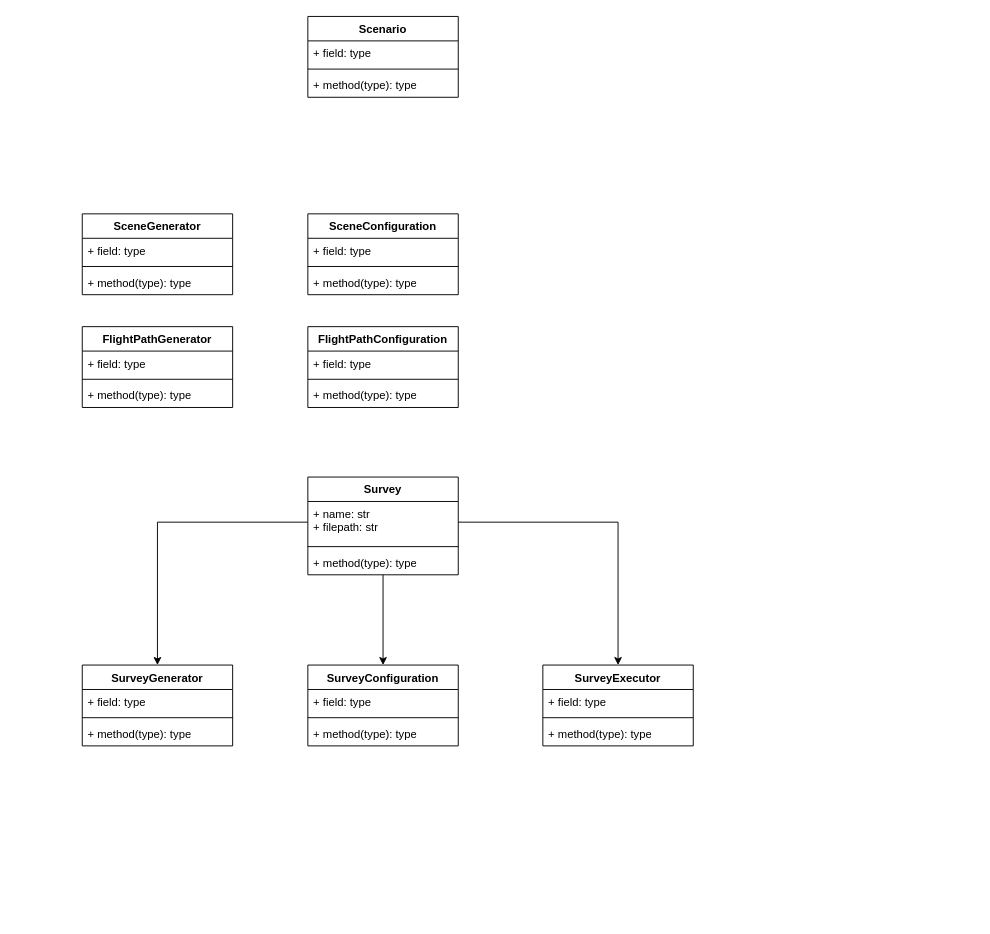
Before: uml/city-to-scan-to-city.drawio in florifal/city-to-scan-to-city, a draw.io diagram. Source tidied: cells renumbered, new cells numbered last; positions are measured from the earlier drawing's top-left corner, leaving out a move shared by most shapes. Both pictures are drawn from the tidied source at 94%, with x=0, y=0 at pixel (82, 16).
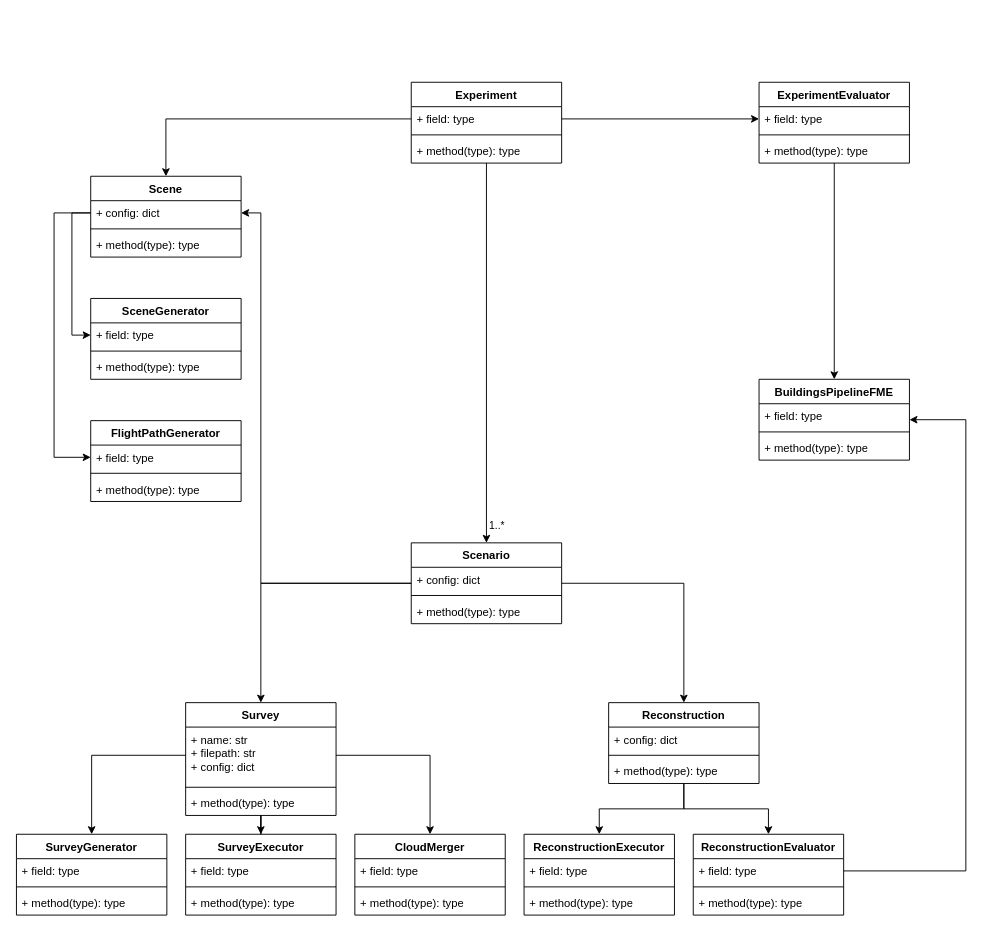
The same page after the edit.

Commit message:
Update UML diagram

Advance plans for pipeline structure.

The change refers to these unchanged cells:
```xml
<mxCell id="23" value="+ field: type" style="text;strokeColor=none;fillColor=none;align=left;verticalAlign=top;spacingLeft=4;spacingRight=4;overflow=hidden;points=[[0,0.5],[1,0.5]];portConstraint=eastwest;whiteSpace=wrap;html=1;" parent="22" vertex="1">
  <mxGeometry y="26" width="160" height="26" as="geometry" />
</mxCell>
<mxCell id="31" value="+ field: type" style="text;strokeColor=none;fillColor=none;align=left;verticalAlign=top;spacingLeft=4;spacingRight=4;overflow=hidden;points=[[0,0.5],[1,0.5]];portConstraint=eastwest;whiteSpace=wrap;html=1;" parent="30" vertex="1">
  <mxGeometry y="26" width="160" height="26" as="geometry" />
</mxCell>
```

Diff of the diagram source:
```diff
@@
     <mxCell id="2" value="SurveyGenerator" style="swimlane;fontStyle=1;align=center;verticalAlign=top;horizontal=1;startSize=26;whiteSpace=wrap;html=1;" parent="1" vertex="1">
-      <mxGeometry y="690" width="160" height="86" as="geometry" />
+      <mxGeometry x="-70" y="870" width="160" height="86" as="geometry" />
     </mxCell>
@@
-    <mxCell id="6" value="SurveyConfiguration" style="swimlane;fontStyle=1;align=center;verticalAlign=top;horizontal=1;startSize=26;whiteSpace=wrap;html=1;" parent="1" vertex="1">
-      <mxGeometry x="240" y="690" width="160" height="86" as="geometry" />
-    </mxCell>
-    <mxCell id="7" value="+ field: type" style="text;strokeColor=none;fillColor=none;align=left;verticalAlign=top;spacingLeft=4;spacingRight=4;overflow=hidden;whiteSpace=wrap;html=1;" parent="6" vertex="1">
-      <mxGeometry y="26" width="160" height="26" as="geometry" />
-    </mxCell>
-    <mxCell id="8" style="line;strokeWidth=1;fillColor=none;align=left;verticalAlign=middle;spacingTop=-1;spacingLeft=3;spacingRight=3;labelPosition=right;strokeColor=inherit;" parent="6" vertex="1">
-      <mxGeometry y="52" width="160" height="8" as="geometry" />
-    </mxCell>
-    <mxCell id="9" value="+ method(type): type" style="text;strokeColor=none;fillColor=none;align=left;verticalAlign=top;spacingLeft=4;spacingRight=4;overflow=hidden;whiteSpace=wrap;html=1;" parent="6" vertex="1">
-      <mxGeometry y="60" width="160" height="26" as="geometry" />
-    </mxCell>
     <mxCell id="10" value="SurveyExecutor" style="swimlane;fontStyle=1;align=center;verticalAlign=top;horizontal=1;startSize=26;whiteSpace=wrap;html=1;" parent="1" vertex="1">
-      <mxGeometry x="490" y="690" width="160" height="86" as="geometry" />
+      <mxGeometry x="110" y="870" width="160" height="86" as="geometry" />
     </mxCell>
@@
+    <mxCell id="41" style="edgeStyle=orthogonalEdgeStyle;rounded=0;jettySize=auto;html=1;entryX=0.5;entryY=0;entryDx=0;entryDy=0;" parent="1" edge="1" source="14" target="35">
+      <mxGeometry relative="1" as="geometry" />
+    </mxCell>
+    <mxCell id="42" style="edgeStyle=orthogonalEdgeStyle;rounded=0;jettySize=auto;html=1;" parent="1" edge="1" source="14" target="64">
+      <mxGeometry relative="1" as="geometry" />
+    </mxCell>
+    <mxCell id="43" style="edgeStyle=orthogonalEdgeStyle;rounded=0;jettySize=auto;html=1;entryX=1;entryY=0.5;entryDx=0;entryDy=0;" parent="1" edge="1" source="14" target="54">
+      <mxGeometry relative="1" as="geometry">
+        <Array as="points">
+          <mxPoint x="190" y="603" />
+          <mxPoint x="190" y="209" />
+        </Array>
+      </mxGeometry>
+    </mxCell>
     <mxCell id="14" value="Scenario" style="swimlane;fontStyle=1;align=center;verticalAlign=top;horizontal=1;startSize=26;whiteSpace=wrap;html=1;" parent="1" vertex="1">
-      <mxGeometry x="240" width="160" height="86" as="geometry" />
+      <mxGeometry x="350" y="560" width="160" height="86" as="geometry" />
     </mxCell>
-    <mxCell id="15" value="&lt;div&gt;+ field: type&lt;/div&gt;" style="text;strokeColor=none;fillColor=none;align=left;verticalAlign=top;spacingLeft=4;spacingRight=4;overflow=hidden;whiteSpace=wrap;html=1;" parent="14" vertex="1">
+    <mxCell id="15" value="&lt;div&gt;+ config: dict&lt;/div&gt;" style="text;strokeColor=none;fillColor=none;align=left;verticalAlign=top;spacingLeft=4;spacingRight=4;overflow=hidden;whiteSpace=wrap;html=1;" parent="14" vertex="1">
       <mxGeometry y="26" width="160" height="26" as="geometry" />
     </mxCell>
@@
-    <mxCell id="18" value="FlightPathConfiguration" style="swimlane;fontStyle=1;align=center;verticalAlign=top;horizontal=1;startSize=26;whiteSpace=wrap;html=1;" parent="1" vertex="1">
-      <mxGeometry x="240" y="330" width="160" height="86" as="geometry" />
-    </mxCell>
-    <mxCell id="19" value="+ field: type" style="text;strokeColor=none;fillColor=none;align=left;verticalAlign=top;spacingLeft=4;spacingRight=4;overflow=hidden;whiteSpace=wrap;html=1;" parent="18" vertex="1">
-      <mxGeometry y="26" width="160" height="26" as="geometry" />
-    </mxCell>
-    <mxCell id="20" style="line;strokeWidth=1;fillColor=none;align=left;verticalAlign=middle;spacingTop=-1;spacingLeft=3;spacingRight=3;labelPosition=right;strokeColor=inherit;" parent="18" vertex="1">
-      <mxGeometry y="52" width="160" height="8" as="geometry" />
-    </mxCell>
-    <mxCell id="21" value="+ method(type): type" style="text;strokeColor=none;fillColor=none;align=left;verticalAlign=top;spacingLeft=4;spacingRight=4;overflow=hidden;whiteSpace=wrap;html=1;" parent="18" vertex="1">
-      <mxGeometry y="60" width="160" height="26" as="geometry" />
-    </mxCell>
     <mxCell id="22" value="&lt;div&gt;FlightPathGenerator&lt;/div&gt;" style="swimlane;fontStyle=1;align=center;verticalAlign=top;horizontal=1;startSize=26;whiteSpace=wrap;html=1;" parent="1" vertex="1">
-      <mxGeometry y="330" width="160" height="86" as="geometry" />
+      <mxGeometry x="9" y="430" width="160" height="86" as="geometry" />
     </mxCell>
@@
-    <mxCell id="26" value="SceneConfiguration" style="swimlane;fontStyle=1;align=center;verticalAlign=top;horizontal=1;startSize=26;whiteSpace=wrap;html=1;" parent="1" vertex="1">
-      <mxGeometry x="240" y="210" width="160" height="86" as="geometry" />
-    </mxCell>
-    <mxCell id="27" value="+ field: type" style="text;strokeColor=none;fillColor=none;align=left;verticalAlign=top;spacingLeft=4;spacingRight=4;overflow=hidden;whiteSpace=wrap;html=1;" parent="26" vertex="1">
-      <mxGeometry y="26" width="160" height="26" as="geometry" />
-    </mxCell>
-    <mxCell id="28" style="line;strokeWidth=1;fillColor=none;align=left;verticalAlign=middle;spacingTop=-1;spacingLeft=3;spacingRight=3;labelPosition=right;strokeColor=inherit;" parent="26" vertex="1">
-      <mxGeometry y="52" width="160" height="8" as="geometry" />
-    </mxCell>
-    <mxCell id="29" value="+ method(type): type" style="text;strokeColor=none;fillColor=none;align=left;verticalAlign=top;spacingLeft=4;spacingRight=4;overflow=hidden;whiteSpace=wrap;html=1;" parent="26" vertex="1">
-      <mxGeometry y="60" width="160" height="26" as="geometry" />
-    </mxCell>
     <mxCell id="30" value="SceneGenerator" style="swimlane;fontStyle=1;align=center;verticalAlign=top;horizontal=1;startSize=26;whiteSpace=wrap;html=1;" parent="1" vertex="1">
-      <mxGeometry y="210" width="160" height="86" as="geometry" />
+      <mxGeometry x="9" y="300" width="160" height="86" as="geometry" />
     </mxCell>
@@
-    <mxCell id="34" style="edgeStyle=orthogonalEdgeStyle;rounded=0;jettySize=auto;html=1;entryX=0.5;entryY=0;entryDx=0;entryDy=0;endArrow=classic;endFill=1;verticalAlign=middle;" parent="1" edge="1" source="35" target="6">
-      <mxGeometry relative="1" as="geometry" />
-    </mxCell>
     <mxCell id="35" value="Survey" style="swimlane;fontStyle=1;align=center;verticalAlign=top;horizontal=1;startSize=26;whiteSpace=wrap;html=1;" parent="1" vertex="1">
-      <mxGeometry x="240" y="490" width="160" height="104" as="geometry" />
+      <mxGeometry x="110" y="730" width="160" height="120" as="geometry" />
     </mxCell>
-    <mxCell id="36" value="+ name: str&lt;div&gt;+ filepath: str&lt;/div&gt;" style="text;strokeColor=none;fillColor=none;align=left;verticalAlign=top;spacingLeft=4;spacingRight=4;overflow=hidden;points=[[0,0.5],[1,0.5]];portConstraint=eastwest;whiteSpace=wrap;html=1;" parent="35" vertex="1">
-      <mxGeometry y="26" width="160" height="44" as="geometry" />
+    <mxCell id="36" value="+ name: str&lt;div&gt;+ filepath: str&lt;/div&gt;&lt;div&gt;+ config: dict&lt;/div&gt;" style="text;strokeColor=none;fillColor=none;align=left;verticalAlign=top;spacingLeft=4;spacingRight=4;overflow=hidden;points=[[0,0.5],[1,0.5]];portConstraint=eastwest;whiteSpace=wrap;html=1;" parent="35" vertex="1">
+      <mxGeometry y="26" width="160" height="60" as="geometry" />
     </mxCell>
     <mxCell id="37" style="line;strokeWidth=1;fillColor=none;align=left;verticalAlign=middle;spacingTop=-1;spacingLeft=3;spacingRight=3;labelPosition=right;strokeColor=inherit;" parent="35" vertex="1">
-      <mxGeometry y="70" width="160" height="8" as="geometry" />
+      <mxGeometry y="86" width="160" height="8" as="geometry" />
     </mxCell>
     <mxCell id="38" value="+ method(type): type" style="text;strokeColor=none;fillColor=none;align=left;verticalAlign=top;spacingLeft=4;spacingRight=4;overflow=hidden;whiteSpace=wrap;html=1;" parent="35" vertex="1">
-      <mxGeometry y="78" width="160" height="26" as="geometry" />
+      <mxGeometry y="94" width="160" height="26" as="geometry" />
     </mxCell>
@@
-    <mxCell id="40" style="edgeStyle=orthogonalEdgeStyle;rounded=0;jettySize=auto;html=1;" parent="1" edge="1" source="36" target="10">
+    <mxCell id="40" style="edgeStyle=orthogonalEdgeStyle;rounded=0;jettySize=auto;html=1;" parent="1" edge="1" source="35" target="10">
       <mxGeometry relative="1" as="geometry" />
     </mxCell>
+    <mxCell id="44" value="Experiment" style="swimlane;fontStyle=1;align=center;verticalAlign=top;horizontal=1;startSize=26;whiteSpace=wrap;html=1;" parent="1" vertex="1">
+      <mxGeometry x="350" y="70" width="160" height="86" as="geometry" />
+    </mxCell>
+    <mxCell id="45" value="+ field: type" style="text;strokeColor=none;fillColor=none;align=left;verticalAlign=top;spacingLeft=4;spacingRight=4;overflow=hidden;points=[[0,0.5],[1,0.5]];portConstraint=eastwest;whiteSpace=wrap;html=1;" parent="44" vertex="1">
+      <mxGeometry y="26" width="160" height="26" as="geometry" />
+    </mxCell>
+    <mxCell id="46" style="line;strokeWidth=1;fillColor=none;align=left;verticalAlign=middle;spacingTop=-1;spacingLeft=3;spacingRight=3;labelPosition=right;strokeColor=inherit;" parent="44" vertex="1">
+      <mxGeometry y="52" width="160" height="8" as="geometry" />
+    </mxCell>
+    <mxCell id="47" value="+ method(type): type" style="text;strokeColor=none;fillColor=none;align=left;verticalAlign=top;spacingLeft=4;spacingRight=4;overflow=hidden;whiteSpace=wrap;html=1;" parent="44" vertex="1">
+      <mxGeometry y="60" width="160" height="26" as="geometry" />
+    </mxCell>
+    <mxCell id="48" value="CloudMerger" style="swimlane;fontStyle=1;align=center;verticalAlign=top;horizontal=1;startSize=26;whiteSpace=wrap;html=1;" parent="1" vertex="1">
+      <mxGeometry x="290" y="870" width="160" height="86" as="geometry" />
+    </mxCell>
+    <mxCell id="49" value="+ field: type" style="text;strokeColor=none;fillColor=none;align=left;verticalAlign=top;spacingLeft=4;spacingRight=4;overflow=hidden;whiteSpace=wrap;html=1;" parent="48" vertex="1">
+      <mxGeometry y="26" width="160" height="26" as="geometry" />
+    </mxCell>
+    <mxCell id="50" style="line;strokeWidth=1;fillColor=none;align=left;verticalAlign=middle;spacingTop=-1;spacingLeft=3;spacingRight=3;labelPosition=right;strokeColor=inherit;" parent="48" vertex="1">
+      <mxGeometry y="52" width="160" height="8" as="geometry" />
+    </mxCell>
+    <mxCell id="51" value="+ method(type): type" style="text;strokeColor=none;fillColor=none;align=left;verticalAlign=top;spacingLeft=4;spacingRight=4;overflow=hidden;whiteSpace=wrap;html=1;" parent="48" vertex="1">
+      <mxGeometry y="60" width="160" height="26" as="geometry" />
+    </mxCell>
+    <mxCell id="52" style="edgeStyle=orthogonalEdgeStyle;rounded=0;jettySize=auto;html=1;exitX=1;exitY=0.5;exitDx=0;exitDy=0;entryX=0.5;entryY=0;entryDx=0;entryDy=0;" parent="1" edge="1" source="36" target="48">
+      <mxGeometry relative="1" as="geometry" />
+    </mxCell>
+    <mxCell id="53" value="Scene" style="swimlane;fontStyle=1;align=center;verticalAlign=top;horizontal=1;startSize=26;whiteSpace=wrap;html=1;" parent="1" vertex="1">
+      <mxGeometry x="9" y="170" width="160" height="86" as="geometry" />
+    </mxCell>
+    <mxCell id="54" value="+ config: dict" style="text;strokeColor=none;fillColor=none;align=left;verticalAlign=top;spacingLeft=4;spacingRight=4;overflow=hidden;points=[[0,0.5],[1,0.5]];portConstraint=eastwest;whiteSpace=wrap;html=1;" parent="53" vertex="1">
+      <mxGeometry y="26" width="160" height="26" as="geometry" />
+    </mxCell>
+    <mxCell id="55" style="line;strokeWidth=1;fillColor=none;align=left;verticalAlign=middle;spacingTop=-1;spacingLeft=3;spacingRight=3;labelPosition=right;strokeColor=inherit;" parent="53" vertex="1">
+      <mxGeometry y="52" width="160" height="8" as="geometry" />
+    </mxCell>
+    <mxCell id="56" value="+ method(type): type" style="text;strokeColor=none;fillColor=none;align=left;verticalAlign=top;spacingLeft=4;spacingRight=4;overflow=hidden;whiteSpace=wrap;html=1;" parent="53" vertex="1">
+      <mxGeometry y="60" width="160" height="26" as="geometry" />
+    </mxCell>
+    <mxCell id="57" style="edgeStyle=orthogonalEdgeStyle;rounded=0;jettySize=auto;html=1;exitX=0;exitY=0.5;exitDx=0;exitDy=0;entryX=0.5;entryY=0;entryDx=0;entryDy=0;" parent="1" edge="1" source="45" target="53">
+      <mxGeometry relative="1" as="geometry" />
+    </mxCell>
+    <mxCell id="58" style="edgeStyle=orthogonalEdgeStyle;rounded=0;jettySize=auto;html=1;entryX=0;entryY=0.5;entryDx=0;entryDy=0;" parent="1" edge="1" source="54" target="31">
+      <mxGeometry relative="1" as="geometry" />
+    </mxCell>
+    <mxCell id="59" style="edgeStyle=orthogonalEdgeStyle;rounded=0;jettySize=auto;html=1;entryX=0;entryY=0.5;entryDx=0;entryDy=0;" parent="1" edge="1" source="54" target="23">
+      <mxGeometry relative="1" as="geometry">
+        <Array as="points">
+          <mxPoint x="-30" y="209" />
+          <mxPoint x="-30" y="469" />
+        </Array>
+      </mxGeometry>
+    </mxCell>
+    <mxCell id="60" style="edgeStyle=orthogonalEdgeStyle;rounded=0;jettySize=auto;html=1;entryX=0.5;entryY=0;entryDx=0;entryDy=0;" parent="1" edge="1" source="44" target="14">
+      <mxGeometry relative="1" as="geometry" />
+    </mxCell>
+    <mxCell id="61" value="1..*" style="edgeLabel;html=1;align=center;verticalAlign=middle;" parent="60" vertex="1">
+      <mxGeometry x="0.87" relative="1" as="geometry">
+        <mxPoint x="10" y="7" as="offset" />
+      </mxGeometry>
+    </mxCell>
+    <mxCell id="62" style="edgeStyle=orthogonalEdgeStyle;rounded=0;jettySize=auto;html=1;exitX=0.5;exitY=1;exitDx=0;exitDy=0;entryX=0.5;entryY=0;entryDx=0;entryDy=0;" parent="1" edge="1" source="64" target="68">
+      <mxGeometry relative="1" as="geometry" />
+    </mxCell>
+    <mxCell id="63" style="edgeStyle=orthogonalEdgeStyle;rounded=0;jettySize=auto;html=1;entryX=0.5;entryY=0;entryDx=0;entryDy=0;" parent="1" edge="1" source="64" target="72">
+      <mxGeometry relative="1" as="geometry" />
+    </mxCell>
+    <mxCell id="64" value="Reconstruction" style="swimlane;fontStyle=1;align=center;verticalAlign=top;horizontal=1;startSize=26;whiteSpace=wrap;html=1;" parent="1" vertex="1">
+      <mxGeometry x="560" y="730" width="160" height="86" as="geometry" />
+    </mxCell>
+    <mxCell id="65" value="+ config: dict" style="text;strokeColor=none;fillColor=none;align=left;verticalAlign=top;spacingLeft=4;spacingRight=4;overflow=hidden;whiteSpace=wrap;html=1;" parent="64" vertex="1">
+      <mxGeometry y="26" width="160" height="26" as="geometry" />
+    </mxCell>
+    <mxCell id="66" style="line;strokeWidth=1;fillColor=none;align=left;verticalAlign=middle;spacingTop=-1;spacingLeft=3;spacingRight=3;labelPosition=right;strokeColor=inherit;" parent="64" vertex="1">
+      <mxGeometry y="52" width="160" height="8" as="geometry" />
+    </mxCell>
+    <mxCell id="67" value="+ method(type): type" style="text;strokeColor=none;fillColor=none;align=left;verticalAlign=top;spacingLeft=4;spacingRight=4;overflow=hidden;whiteSpace=wrap;html=1;" parent="64" vertex="1">
+      <mxGeometry y="60" width="160" height="26" as="geometry" />
+    </mxCell>
+    <mxCell id="68" value="ReconstructionExecutor" style="swimlane;fontStyle=1;align=center;verticalAlign=top;horizontal=1;startSize=26;whiteSpace=wrap;html=1;" parent="1" vertex="1">
+      <mxGeometry x="470" y="870" width="160" height="86" as="geometry" />
+    </mxCell>
+    <mxCell id="69" value="+ field: type" style="text;strokeColor=none;fillColor=none;align=left;verticalAlign=top;spacingLeft=4;spacingRight=4;overflow=hidden;whiteSpace=wrap;html=1;" parent="68" vertex="1">
+      <mxGeometry y="26" width="160" height="26" as="geometry" />
+    </mxCell>
+    <mxCell id="70" style="line;strokeWidth=1;fillColor=none;align=left;verticalAlign=middle;spacingTop=-1;spacingLeft=3;spacingRight=3;labelPosition=right;strokeColor=inherit;" parent="68" vertex="1">
+      <mxGeometry y="52" width="160" height="8" as="geometry" />
+    </mxCell>
+    <mxCell id="71" value="+ method(type): type" style="text;strokeColor=none;fillColor=none;align=left;verticalAlign=top;spacingLeft=4;spacingRight=4;overflow=hidden;whiteSpace=wrap;html=1;" parent="68" vertex="1">
+      <mxGeometry y="60" width="160" height="26" as="geometry" />
+    </mxCell>
+    <mxCell id="72" value="ReconstructionEvaluator" style="swimlane;fontStyle=1;align=center;verticalAlign=top;horizontal=1;startSize=26;whiteSpace=wrap;html=1;" parent="1" vertex="1">
+      <mxGeometry x="650" y="870" width="160" height="86" as="geometry" />
+    </mxCell>
+    <mxCell id="73" value="+ field: type" style="text;strokeColor=none;fillColor=none;align=left;verticalAlign=top;spacingLeft=4;spacingRight=4;overflow=hidden;points=[[0,0.5],[1,0.5]];portConstraint=eastwest;whiteSpace=wrap;html=1;" parent="72" vertex="1">
+      <mxGeometry y="26" width="160" height="26" as="geometry" />
+    </mxCell>
+    <mxCell id="74" style="line;strokeWidth=1;fillColor=none;align=left;verticalAlign=middle;spacingTop=-1;spacingLeft=3;spacingRight=3;labelPosition=right;strokeColor=inherit;" parent="72" vertex="1">
+      <mxGeometry y="52" width="160" height="8" as="geometry" />
+    </mxCell>
+    <mxCell id="75" value="+ method(type): type" style="text;strokeColor=none;fillColor=none;align=left;verticalAlign=top;spacingLeft=4;spacingRight=4;overflow=hidden;whiteSpace=wrap;html=1;" parent="72" vertex="1">
+      <mxGeometry y="60" width="160" height="26" as="geometry" />
+    </mxCell>
+    <mxCell id="76" value="BuildingsPipelineFME" style="swimlane;fontStyle=1;align=center;verticalAlign=top;horizontal=1;startSize=26;whiteSpace=wrap;html=1;" parent="1" vertex="1">
+      <mxGeometry x="720" y="386" width="160" height="86" as="geometry" />
+    </mxCell>
+    <mxCell id="77" value="+ field: type" style="text;strokeColor=none;fillColor=none;align=left;verticalAlign=top;spacingLeft=4;spacingRight=4;overflow=hidden;whiteSpace=wrap;html=1;" parent="76" vertex="1">
+      <mxGeometry y="26" width="160" height="26" as="geometry" />
+    </mxCell>
+    <mxCell id="78" style="line;strokeWidth=1;fillColor=none;align=left;verticalAlign=middle;spacingTop=-1;spacingLeft=3;spacingRight=3;labelPosition=right;strokeColor=inherit;" parent="76" vertex="1">
+      <mxGeometry y="52" width="160" height="8" as="geometry" />
+    </mxCell>
+    <mxCell id="79" value="+ method(type): type" style="text;strokeColor=none;fillColor=none;align=left;verticalAlign=top;spacingLeft=4;spacingRight=4;overflow=hidden;whiteSpace=wrap;html=1;" parent="76" vertex="1">
+      <mxGeometry y="60" width="160" height="26" as="geometry" />
+    </mxCell>
+    <mxCell id="80" style="edgeStyle=orthogonalEdgeStyle;rounded=0;jettySize=auto;html=1;" parent="1" edge="1" source="73" target="76">
+      <mxGeometry relative="1" as="geometry">
+        <Array as="points">
+          <mxPoint x="940" y="909" />
+          <mxPoint x="940" y="429" />
+        </Array>
+      </mxGeometry>
+    </mxCell>
+    <mxCell id="81" style="edgeStyle=orthogonalEdgeStyle;rounded=0;jettySize=auto;html=1;entryX=0.5;entryY=0;entryDx=0;entryDy=0;" parent="1" edge="1" source="82" target="76">
+      <mxGeometry relative="1" as="geometry" />
+    </mxCell>
+    <mxCell id="82" value="ExperimentEvaluator" style="swimlane;fontStyle=1;align=center;verticalAlign=top;horizontal=1;startSize=26;whiteSpace=wrap;html=1;" parent="1" vertex="1">
+      <mxGeometry x="720" y="70" width="160" height="86" as="geometry" />
+    </mxCell>
+    <mxCell id="83" value="+ field: type" style="text;strokeColor=none;fillColor=none;align=left;verticalAlign=top;spacingLeft=4;spacingRight=4;overflow=hidden;points=[[0,0.5],[1,0.5]];portConstraint=eastwest;whiteSpace=wrap;html=1;" parent="82" vertex="1">
+      <mxGeometry y="26" width="160" height="26" as="geometry" />
+    </mxCell>
+    <mxCell id="84" style="line;strokeWidth=1;fillColor=none;align=left;verticalAlign=middle;spacingTop=-1;spacingLeft=3;spacingRight=3;labelPosition=right;strokeColor=inherit;" parent="82" vertex="1">
+      <mxGeometry y="52" width="160" height="8" as="geometry" />
+    </mxCell>
+    <mxCell id="85" value="+ method(type): type" style="text;strokeColor=none;fillColor=none;align=left;verticalAlign=top;spacingLeft=4;spacingRight=4;overflow=hidden;whiteSpace=wrap;html=1;" parent="82" vertex="1">
+      <mxGeometry y="60" width="160" height="26" as="geometry" />
+    </mxCell>
+    <mxCell id="86" style="edgeStyle=orthogonalEdgeStyle;rounded=0;jettySize=auto;html=1;exitX=1;exitY=0.5;exitDx=0;exitDy=0;entryX=0;entryY=0.5;entryDx=0;entryDy=0;" parent="1" edge="1" source="45" target="83">
+      <mxGeometry relative="1" as="geometry" />
+    </mxCell>
```
